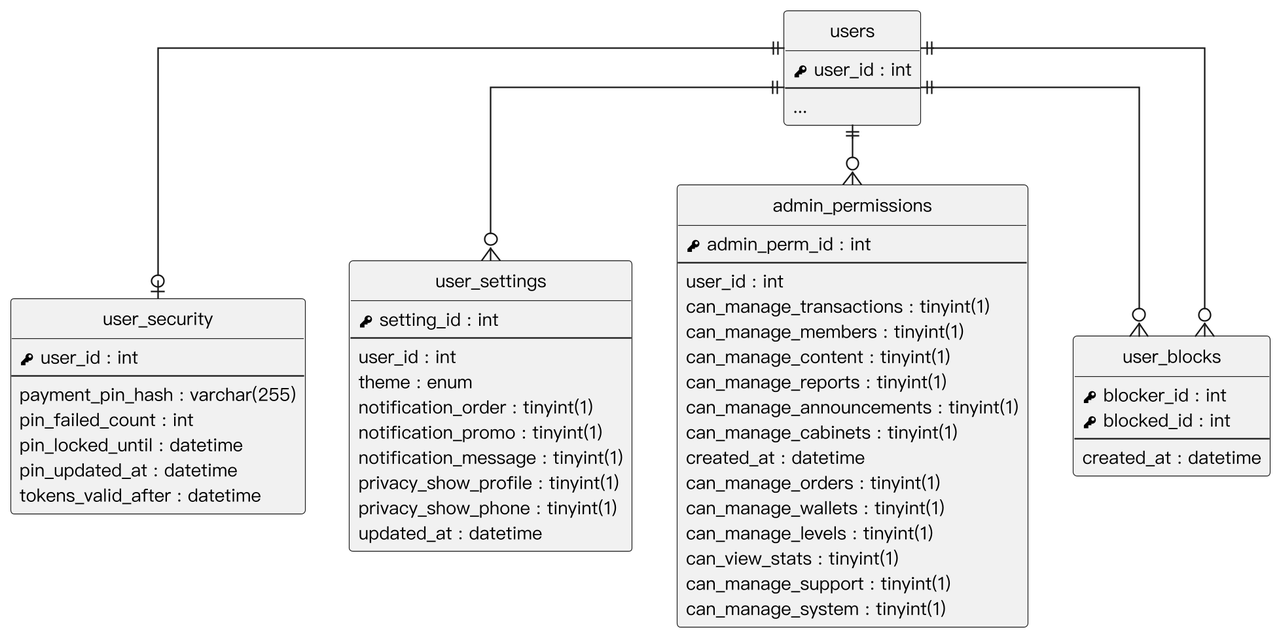
Before: Diagrams/Relational Tables/v3/er_account_settings.png, a diagram exported from PlantUML (SaveMyBook/SaveMyBook).
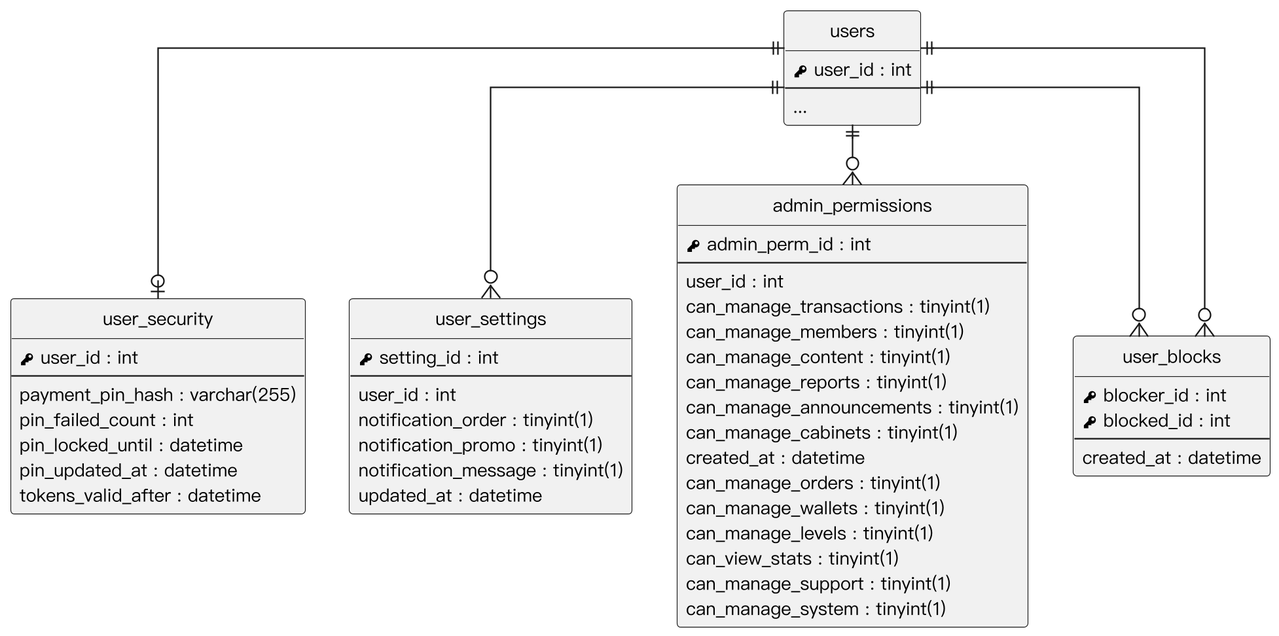
Above is the later version.

Diff of the diagram source:
```diff
@@ -28,12 +28,9 @@
   {field} <&key> setting_id : int
   --
   {field} user_id : int
-  {field} theme : enum
   {field} notification_order : tinyint(1)
   {field} notification_promo : tinyint(1)
   {field} notification_message : tinyint(1)
-  {field} privacy_show_profile : tinyint(1)
-  {field} privacy_show_phone : tinyint(1)
   {field} updated_at : datetime
 }
 entity "admin_permissions" as admin_permissions {
```
